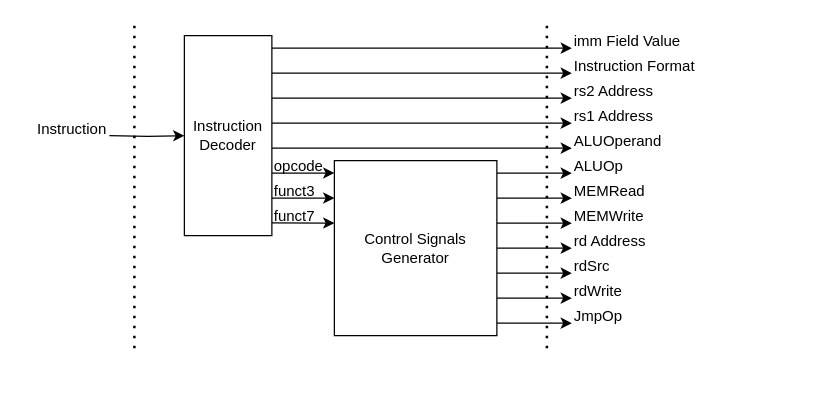
Above: page "Control Unit" (5 of 11) of docs/imgs/hardware_design/Component.drawio in WachirawichN/C0-CPU (draw.io), before the change. Source tidied: cells renumbered, new cells numbered last; positions are measured from the earlier drawing's top-left corner, leaving out a move shared by most shapes. Both pictures are drawn from the tidied source at 125%, with x=0, y=0 at pixel (21, 22).
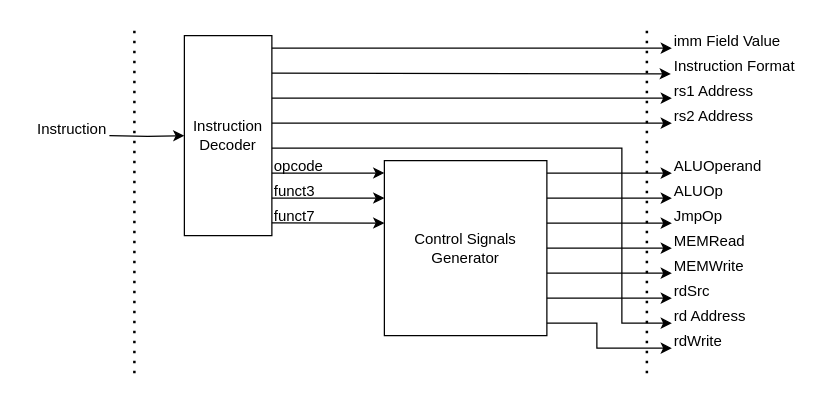
After the change.

Change to the diagram source:
```diff
@@
-    <mxCell id="6" style="endArrow=classic;html=1;rounded=0;exitX=1;exitY=0.929;exitDx=0;exitDy=0;exitPerimeter=0;" parent="1" edge="1">
+    <mxCell id="6" style="endArrow=classic;html=1;rounded=0;exitX=1;exitY=0.929;exitDx=0;exitDy=0;exitPerimeter=0;entryX=0;entryY=1;entryDx=0;entryDy=0;" parent="1" edge="1" target="34">
       <mxGeometry relative="1" as="geometry">
         <mxPoint x="200" y="99.9" as="sourcePoint" />
-        <mxPoint x="440" y="100" as="targetPoint" />
+        <Array as="points">
+          <mxPoint x="480" y="100" />
+          <mxPoint x="480" y="240" />
+        </Array>
       </mxGeometry>
     </mxCell>
-    <mxCell id="7" style="endArrow=classic;html=1;rounded=0;exitX=1;exitY=0.929;exitDx=0;exitDy=0;exitPerimeter=0;" parent="1" edge="1">
+    <mxCell id="7" style="endArrow=classic;html=1;rounded=0;exitX=1;exitY=0.929;exitDx=0;exitDy=0;exitPerimeter=0;entryX=0;entryY=1;entryDx=0;entryDy=0;" parent="1" edge="1" target="14">
       <mxGeometry relative="1" as="geometry">
         <mxPoint x="200" y="79.9" as="sourcePoint" />
-        <mxPoint x="440" y="80" as="targetPoint" />
       </mxGeometry>
     </mxCell>
-    <mxCell id="8" style="endArrow=classic;html=1;rounded=0;exitX=1;exitY=0.929;exitDx=0;exitDy=0;exitPerimeter=0;" parent="1" edge="1">
+    <mxCell id="8" style="endArrow=classic;html=1;rounded=0;exitX=1;exitY=0.929;exitDx=0;exitDy=0;exitPerimeter=0;entryX=0;entryY=1;entryDx=0;entryDy=0;" parent="1" edge="1" target="15">
       <mxGeometry relative="1" as="geometry">
         <mxPoint x="200" y="59.9" as="sourcePoint" />
-        <mxPoint x="440" y="60" as="targetPoint" />
       </mxGeometry>
     </mxCell>
-    <mxCell id="9" style="endArrow=classic;html=1;rounded=0;exitX=1;exitY=0.929;exitDx=0;exitDy=0;exitPerimeter=0;" parent="1" edge="1">
+    <mxCell id="9" style="endArrow=classic;html=1;rounded=0;exitX=1;exitY=0.929;exitDx=0;exitDy=0;exitPerimeter=0;entryX=-0.008;entryY=1.06;entryDx=0;entryDy=0;entryPerimeter=0;" parent="1" edge="1" target="13">
       <mxGeometry relative="1" as="geometry">
         <mxPoint x="200" y="39.9" as="sourcePoint" />
-        <mxPoint x="440" y="40" as="targetPoint" />
       </mxGeometry>
     </mxCell>
-    <mxCell id="10" style="endArrow=classic;html=1;rounded=0;exitX=1;exitY=0.929;exitDx=0;exitDy=0;exitPerimeter=0;" parent="1" edge="1">
+    <mxCell id="10" style="endArrow=classic;html=1;rounded=0;exitX=1;exitY=0.929;exitDx=0;exitDy=0;exitPerimeter=0;entryX=0;entryY=1;entryDx=0;entryDy=0;" parent="1" edge="1" target="12">
       <mxGeometry relative="1" as="geometry">
         <mxPoint x="200" y="19.9" as="sourcePoint" />
-        <mxPoint x="440" y="20" as="targetPoint" />
       </mxGeometry>
     </mxCell>
@@
     <mxCell id="12" value="imm Field Value" style="text;html=1;whiteSpace=wrap;strokeColor=none;fillColor=none;align=left;verticalAlign=middle;rounded=0;" parent="1" vertex="1">
-      <mxGeometry x="440" y="10" width="100" height="10" as="geometry" />
+      <mxGeometry x="520" y="10" width="100" height="10" as="geometry" />
     </mxCell>
     <mxCell id="13" value="Instruction Format" style="text;html=1;whiteSpace=wrap;strokeColor=none;fillColor=none;align=left;verticalAlign=middle;rounded=0;" parent="1" vertex="1">
-      <mxGeometry x="440" y="30" width="100" height="10" as="geometry" />
+      <mxGeometry x="520" y="30" width="100" height="10" as="geometry" />
     </mxCell>
-    <mxCell id="14" value="rs1 Address" style="text;html=1;whiteSpace=wrap;strokeColor=none;fillColor=none;align=left;verticalAlign=middle;rounded=0;" parent="1" vertex="1">
-      <mxGeometry x="440" y="70" width="70" height="10" as="geometry" />
+    <mxCell id="14" value="rs2 Address" style="text;html=1;whiteSpace=wrap;strokeColor=none;fillColor=none;align=left;verticalAlign=middle;rounded=0;" parent="1" vertex="1">
+      <mxGeometry x="520" y="70" width="70" height="10" as="geometry" />
     </mxCell>
-    <mxCell id="15" value="rs2 Address" style="text;html=1;whiteSpace=wrap;strokeColor=none;fillColor=none;align=left;verticalAlign=middle;rounded=0;" parent="1" vertex="1">
-      <mxGeometry x="440" y="50" width="70" height="10" as="geometry" />
+    <mxCell id="15" value="rs1 Address" style="text;html=1;whiteSpace=wrap;strokeColor=none;fillColor=none;align=left;verticalAlign=middle;rounded=0;" parent="1" vertex="1">
+      <mxGeometry x="520" y="50" width="70" height="10" as="geometry" />
     </mxCell>
-    <mxCell id="16" value="rd Address" style="text;html=1;whiteSpace=wrap;strokeColor=none;fillColor=none;align=left;verticalAlign=middle;rounded=0;" parent="1" vertex="1">
-      <mxGeometry x="440" y="170" width="70" height="10" as="geometry" />
+    <mxCell id="16" value="rdSrc" style="text;html=1;whiteSpace=wrap;strokeColor=none;fillColor=none;align=left;verticalAlign=middle;rounded=0;" parent="1" vertex="1">
+      <mxGeometry x="520" y="210" width="70" height="10" as="geometry" />
     </mxCell>
@@
     <mxCell id="20" value="Control Signals Generator" style="rounded=0;whiteSpace=wrap;html=1;" parent="1" vertex="1">
-      <mxGeometry x="250" y="110" width="130" height="140" as="geometry" />
+      <mxGeometry x="290" y="110" width="130" height="140" as="geometry" />
     </mxCell>
-    <mxCell id="21" style="endArrow=classic;html=1;rounded=0;exitX=1;exitY=0.071;exitDx=0;exitDy=0;exitPerimeter=0;" parent="1" edge="1" source="20">
-      <mxGeometry relative="1" as="geometry">
-        <mxPoint x="440" y="120" as="targetPoint" />
-      </mxGeometry>
+    <mxCell id="21" style="endArrow=classic;html=1;rounded=0;exitX=1;exitY=0.071;exitDx=0;exitDy=0;exitPerimeter=0;entryX=0;entryY=1;entryDx=0;entryDy=0;" parent="1" edge="1" source="20" target="30">
+      <mxGeometry relative="1" as="geometry" />
     </mxCell>
-    <mxCell id="22" style="endArrow=classic;html=1;rounded=0;exitX=1;exitY=0.071;exitDx=0;exitDy=0;exitPerimeter=0;" parent="1" edge="1">
+    <mxCell id="22" style="endArrow=classic;html=1;rounded=0;exitX=1;exitY=0.071;exitDx=0;exitDy=0;exitPerimeter=0;entryX=0;entryY=1;entryDx=0;entryDy=0;" parent="1" edge="1" target="31">
       <mxGeometry relative="1" as="geometry">
-        <mxPoint x="380" y="140" as="sourcePoint" />
-        <mxPoint x="440" y="140" as="targetPoint" />
+        <mxPoint x="420" y="140" as="sourcePoint" />
       </mxGeometry>
     </mxCell>
-    <mxCell id="23" style="endArrow=classic;html=1;rounded=0;exitX=1;exitY=0.071;exitDx=0;exitDy=0;exitPerimeter=0;" parent="1" edge="1">
+    <mxCell id="23" style="endArrow=classic;html=1;rounded=0;exitX=1;exitY=0.071;exitDx=0;exitDy=0;exitPerimeter=0;entryX=0;entryY=1;entryDx=0;entryDy=0;" parent="1" edge="1" target="32">
       <mxGeometry relative="1" as="geometry">
-        <mxPoint x="380" y="160" as="sourcePoint" />
-        <mxPoint x="440" y="160" as="targetPoint" />
+        <mxPoint x="420" y="160" as="sourcePoint" />
       </mxGeometry>
     </mxCell>
-    <mxCell id="24" style="endArrow=classic;html=1;rounded=0;exitX=1;exitY=0.071;exitDx=0;exitDy=0;exitPerimeter=0;" parent="1" edge="1">
+    <mxCell id="24" style="endArrow=classic;html=1;rounded=0;exitX=1;exitY=0.071;exitDx=0;exitDy=0;exitPerimeter=0;entryX=0;entryY=1;entryDx=0;entryDy=0;" parent="1" edge="1" target="29">
       <mxGeometry relative="1" as="geometry">
-        <mxPoint x="380" y="180" as="sourcePoint" />
-        <mxPoint x="440" y="180" as="targetPoint" />
+        <mxPoint x="420" y="180" as="sourcePoint" />
       </mxGeometry>
     </mxCell>
-    <mxCell id="25" style="endArrow=classic;html=1;rounded=0;exitX=1;exitY=0.071;exitDx=0;exitDy=0;exitPerimeter=0;" parent="1" edge="1">
+    <mxCell id="25" style="endArrow=classic;html=1;rounded=0;exitX=1;exitY=0.071;exitDx=0;exitDy=0;exitPerimeter=0;entryX=0;entryY=1;entryDx=0;entryDy=0;" parent="1" edge="1" target="33">
       <mxGeometry relative="1" as="geometry">
-        <mxPoint x="380" y="200" as="sourcePoint" />
-        <mxPoint x="440" y="200" as="targetPoint" />
+        <mxPoint x="420" y="200" as="sourcePoint" />
       </mxGeometry>
     </mxCell>
-    <mxCell id="26" style="endArrow=classic;html=1;rounded=0;exitX=1;exitY=0.071;exitDx=0;exitDy=0;exitPerimeter=0;" parent="1" edge="1">
+    <mxCell id="26" style="endArrow=classic;html=1;rounded=0;exitX=1;exitY=0.071;exitDx=0;exitDy=0;exitPerimeter=0;entryX=0;entryY=1;entryDx=0;entryDy=0;" parent="1" edge="1" target="16">
       <mxGeometry relative="1" as="geometry">
-        <mxPoint x="380" y="220" as="sourcePoint" />
-        <mxPoint x="440" y="220" as="targetPoint" />
+        <mxPoint x="420" y="220" as="sourcePoint" />
+        <Array as="points">
+          <mxPoint x="460" y="220" />
+        </Array>
       </mxGeometry>
     </mxCell>
-    <mxCell id="27" style="endArrow=classic;html=1;rounded=0;exitX=1;exitY=0.071;exitDx=0;exitDy=0;exitPerimeter=0;" parent="1" edge="1">
+    <mxCell id="27" style="endArrow=classic;html=1;rounded=0;exitX=1;exitY=0.071;exitDx=0;exitDy=0;exitPerimeter=0;entryX=0;entryY=1;entryDx=0;entryDy=0;" parent="1" edge="1" target="35">
       <mxGeometry relative="1" as="geometry">
-        <mxPoint x="380" y="240" as="sourcePoint" />
-        <mxPoint x="440" y="240" as="targetPoint" />
+        <mxPoint x="420" y="240" as="sourcePoint" />
+        <Array as="points">
+          <mxPoint x="460" y="240" />
+          <mxPoint x="460" y="260" />
+        </Array>
       </mxGeometry>
     </mxCell>
@@
-    <mxCell id="29" value="ALUOperand" style="text;html=1;whiteSpace=wrap;strokeColor=none;fillColor=none;align=left;verticalAlign=middle;rounded=0;" parent="1" vertex="1">
-      <mxGeometry x="440" y="90" width="100" height="10" as="geometry" />
+    <mxCell id="29" value="MEMRead" style="text;html=1;whiteSpace=wrap;strokeColor=none;fillColor=none;align=left;verticalAlign=middle;rounded=0;" parent="1" vertex="1">
+      <mxGeometry x="520" y="170" width="100" height="10" as="geometry" />
     </mxCell>
-    <mxCell id="30" value="ALUOp" style="text;html=1;whiteSpace=wrap;strokeColor=none;fillColor=none;align=left;verticalAlign=middle;rounded=0;" parent="1" vertex="1">
-      <mxGeometry x="440" y="110" width="100" height="10" as="geometry" />
+    <mxCell id="30" value="ALUOperand" style="text;html=1;whiteSpace=wrap;strokeColor=none;fillColor=none;align=left;verticalAlign=middle;rounded=0;" parent="1" vertex="1">
+      <mxGeometry x="520" y="110" width="100" height="10" as="geometry" />
     </mxCell>
-    <mxCell id="31" value="MEMRead" style="text;html=1;whiteSpace=wrap;strokeColor=none;fillColor=none;align=left;verticalAlign=middle;rounded=0;" parent="1" vertex="1">
-      <mxGeometry x="440" y="130" width="70" height="10" as="geometry" />
+    <mxCell id="31" value="ALUOp" style="text;html=1;whiteSpace=wrap;strokeColor=none;fillColor=none;align=left;verticalAlign=middle;rounded=0;" parent="1" vertex="1">
+      <mxGeometry x="520" y="130" width="70" height="10" as="geometry" />
     </mxCell>
-    <mxCell id="32" value="MEMWrite" style="text;html=1;whiteSpace=wrap;strokeColor=none;fillColor=none;align=left;verticalAlign=middle;rounded=0;" parent="1" vertex="1">
-      <mxGeometry x="440" y="150" width="70" height="10" as="geometry" />
+    <mxCell id="32" value="JmpOp" style="text;html=1;whiteSpace=wrap;strokeColor=none;fillColor=none;align=left;verticalAlign=middle;rounded=0;" parent="1" vertex="1">
+      <mxGeometry x="520" y="150" width="70" height="10" as="geometry" />
     </mxCell>
-    <mxCell id="33" value="rdSrc" style="text;html=1;whiteSpace=wrap;strokeColor=none;fillColor=none;align=left;verticalAlign=middle;rounded=0;" parent="1" vertex="1">
-      <mxGeometry x="440" y="190" width="70" height="10" as="geometry" />
+    <mxCell id="33" value="MEMWrite" style="text;html=1;whiteSpace=wrap;strokeColor=none;fillColor=none;align=left;verticalAlign=middle;rounded=0;" parent="1" vertex="1">
+      <mxGeometry x="520" y="190" width="70" height="10" as="geometry" />
     </mxCell>
-    <mxCell id="34" value="rdWrite" style="text;html=1;whiteSpace=wrap;strokeColor=none;fillColor=none;align=left;verticalAlign=middle;rounded=0;" parent="1" vertex="1">
-      <mxGeometry x="440" y="210" width="70" height="10" as="geometry" />
+    <mxCell id="34" value="rd Address" style="text;html=1;whiteSpace=wrap;strokeColor=none;fillColor=none;align=left;verticalAlign=middle;rounded=0;" parent="1" vertex="1">
+      <mxGeometry x="520" y="230" width="70" height="10" as="geometry" />
     </mxCell>
-    <mxCell id="35" value="JmpOp" style="text;html=1;whiteSpace=wrap;strokeColor=none;fillColor=none;align=left;verticalAlign=middle;rounded=0;" parent="1" vertex="1">
-      <mxGeometry x="440" y="230" width="70" height="10" as="geometry" />
+    <mxCell id="35" value="rdWrite" style="text;html=1;whiteSpace=wrap;strokeColor=none;fillColor=none;align=left;verticalAlign=middle;rounded=0;" parent="1" vertex="1">
+      <mxGeometry x="520" y="250" width="70" height="10" as="geometry" />
     </mxCell>
     <mxCell id="36" style="endArrow=none;dashed=1;html=1;dashPattern=1 3;strokeWidth=2;rounded=0;" parent="1" edge="1">
       <mxGeometry relative="1" as="geometry">
-        <mxPoint x="420" y="260" as="sourcePoint" />
-        <mxPoint x="420" as="targetPoint" />
+        <mxPoint x="500" y="280" as="sourcePoint" />
+        <mxPoint x="500" as="targetPoint" />
       </mxGeometry>
     </mxCell>
     <mxCell id="37" style="endArrow=none;dashed=1;html=1;dashPattern=1 3;strokeWidth=2;rounded=0;" parent="1" edge="1">
       <mxGeometry relative="1" as="geometry">
-        <mxPoint x="90" y="260" as="sourcePoint" />
+        <mxPoint x="90" y="280" as="sourcePoint" />
         <mxPoint x="90" as="targetPoint" />
       </mxGeometry>
     </mxCell>
```
